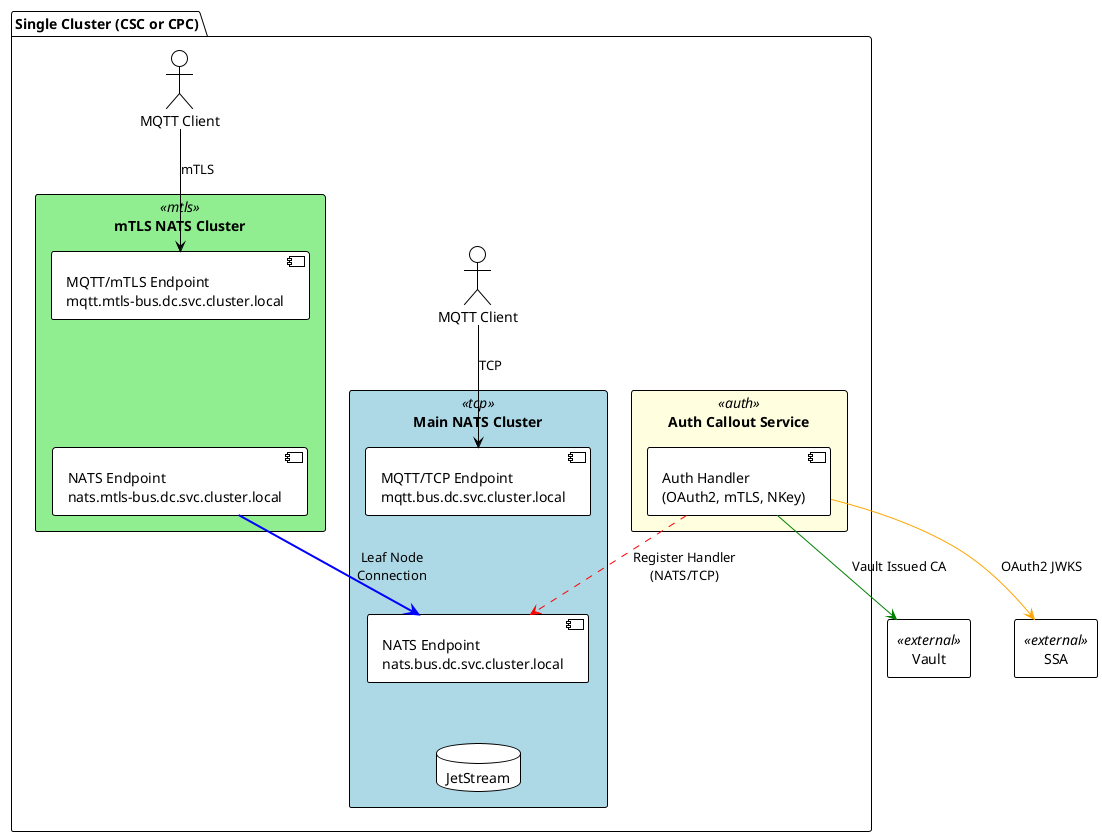
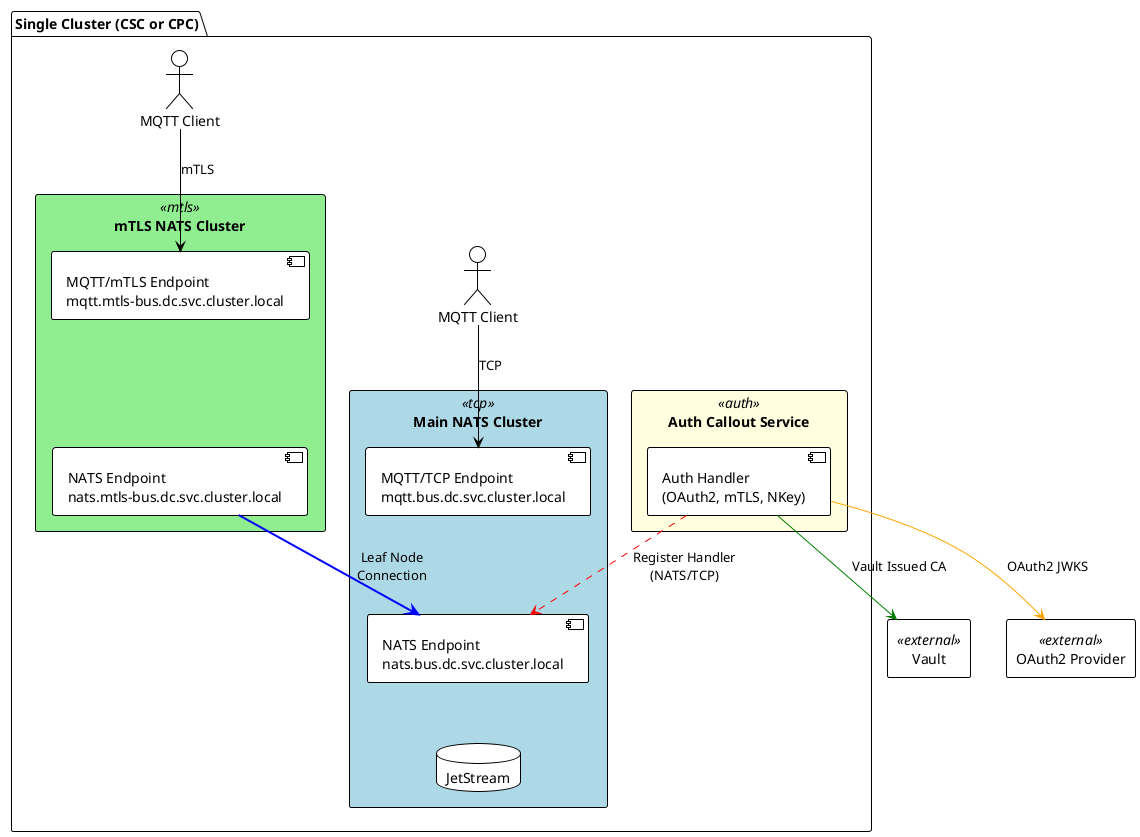
@startuml Authentication Architecture
!theme plain

skinparam rectangle {
    BackgroundColor<<tcp>> LightBlue
    BackgroundColor<<mtls>> LightGreen
    BackgroundColor<<auth>> LightYellow
    BackgroundColor<<external>> White
    BorderColor Black
}

skinparam component {
    BackgroundColor White
    BorderColor Black
}

package "Single Cluster (CSC or CPC)" {

    rectangle "Main NATS Cluster" <<tcp>> {
        component "MQTT/TCP Endpoint\nmqtt.bus.dc.svc.cluster.local" as mqtt_tcp
        component "NATS Endpoint\nnats.bus.dc.svc.cluster.local" as nats_tcp
        database "JetStream" as js

        mqtt_tcp -[hidden]down- nats_tcp
        nats_tcp -[hidden]down- js
    }

    rectangle "mTLS NATS Cluster" <<mtls>> {
        component "MQTT/mTLS Endpoint\nmqtt.mtls-bus.dc.svc.cluster.local" as mqtt_mtls
        component "NATS Endpoint\nnats.mtls-bus.dc.svc.cluster.local" as nats_leaf_tcp

        mqtt_mtls -[hidden]down- nats_leaf_tcp
    }

    rectangle "Auth Callout Service" <<auth>> {
        component "Auth Handler\n(OAuth2, mTLS, NKey)" as auth_handler
    }

    ' Connections
    nats_leaf_tcp -[#blue,bold]-> nats_tcp : "Leaf Node\nConnection"

    auth_handler -[#red,dashed]-> nats_tcp : "Register Handler\n(NATS/TCP)"

    ' External clients
    actor "MQTT Client" as client_tcp
    actor "MQTT Client" as client_mtls

    client_tcp -down-> mqtt_tcp : "TCP"
    client_mtls -down-> mqtt_mtls : "mTLS"
}

rectangle "Vault" <<external>> as vault
- rectangle "SSA" <<external>> as ssa
+ rectangle "OAuth2 Provider" <<external>> as oauth2

auth_handler -[#green]-> vault : "Vault Issued CA"
- auth_handler -[#orange]-> ssa : "OAuth2 JWKS"
+ auth_handler -[#orange]-> oauth2 : "OAuth2 JWKS"

@enduml
